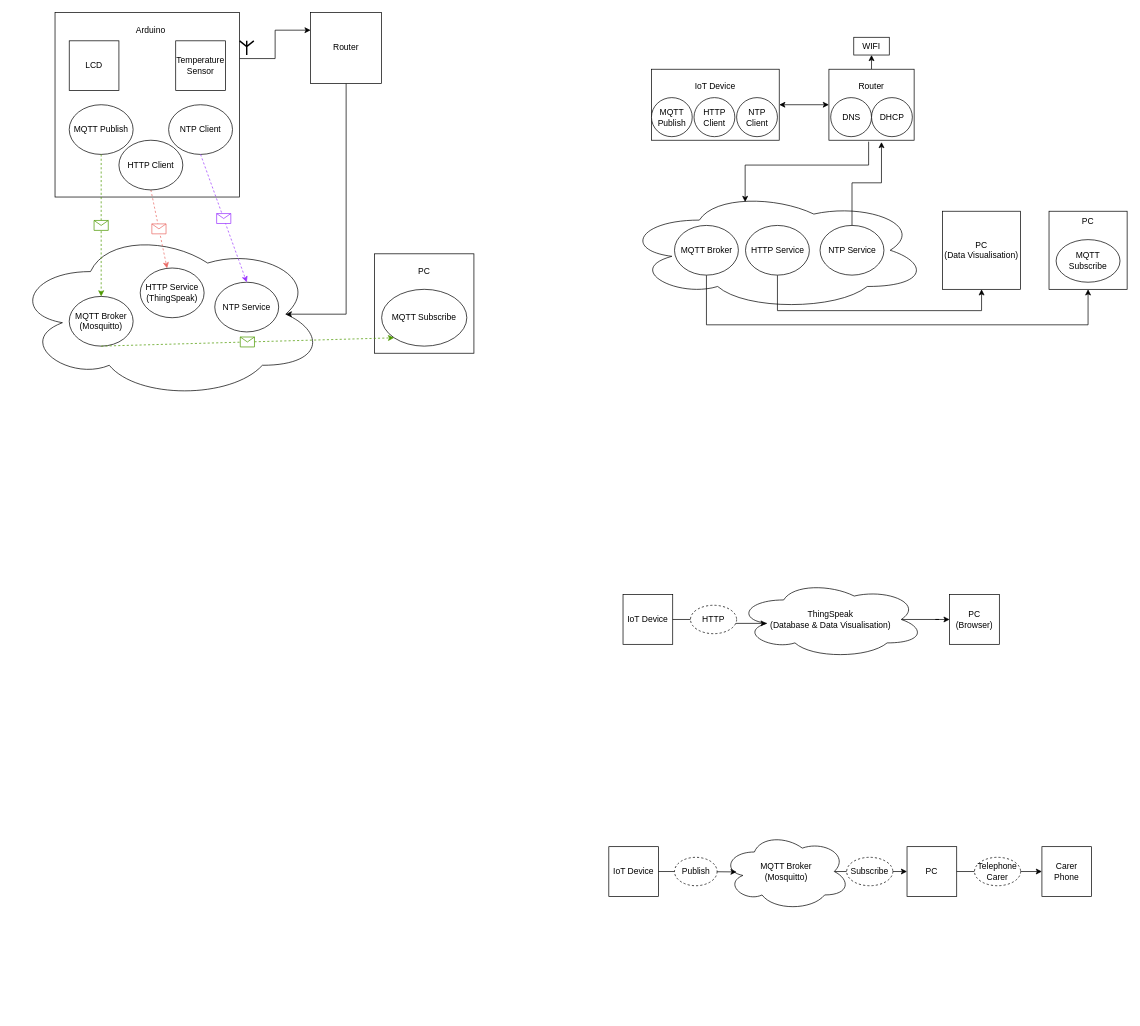
Before: arduino/docs/IoT Arduino Diagrams.drawio in JessicaMu/IoT_temperature_checker, a draw.io diagram. Source tidied: cells renumbered, new cells numbered last; positions are measured from the earlier drawing's top-left corner, leaving out a move shared by most shapes. Both pictures are drawn from the tidied source at 71%, with x=0, y=0 at pixel (12, 12).
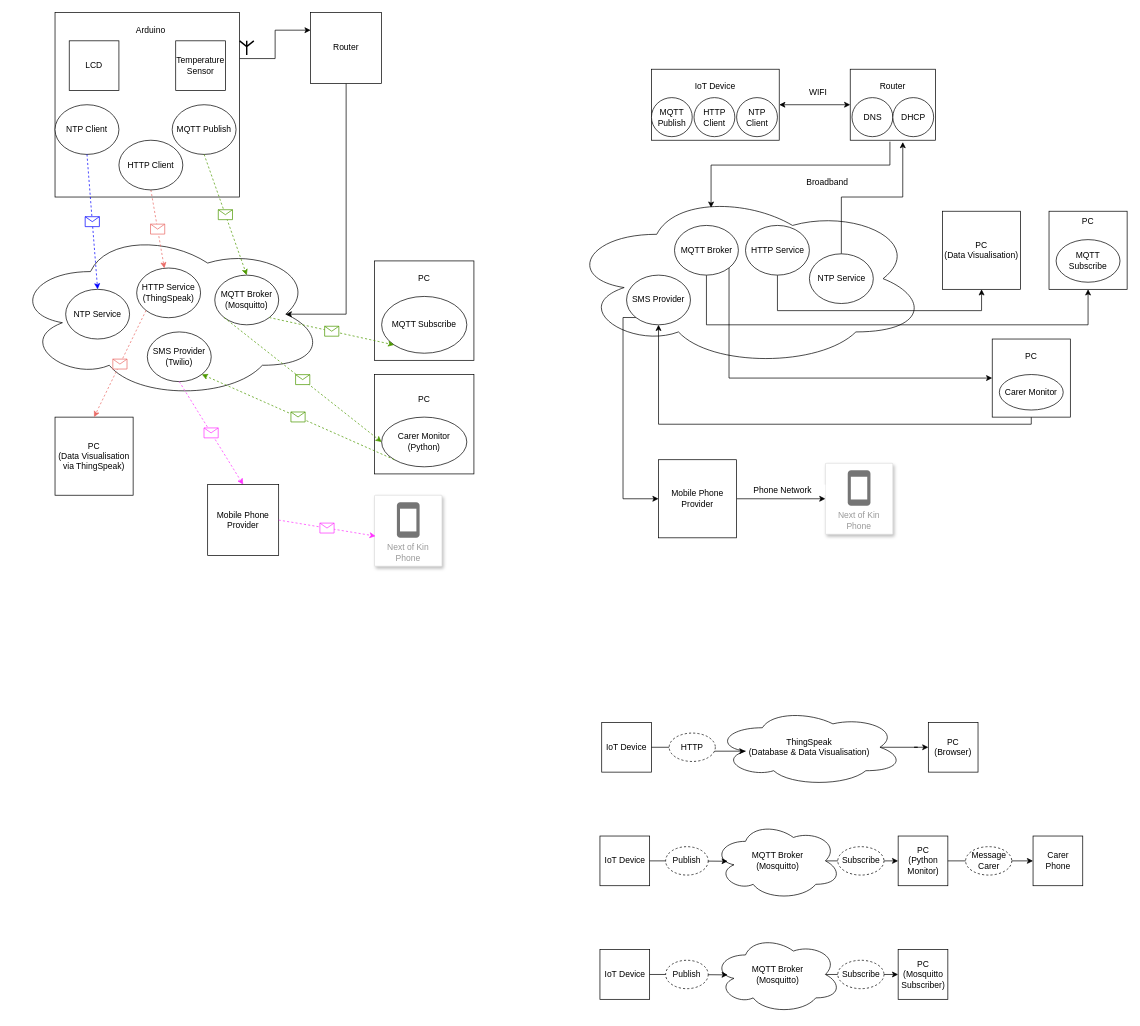
The same diagram, later.

Commit message (it also covers changes not shown here):
bug fix\ temperature accuracy and serial monitor  temp_state print

The change refers to these unchanged cells:
```xml
<mxCell id="46" value="MQTT Broker" style="ellipse;whiteSpace=wrap;html=1;" parent="1" vertex="1">
  <mxGeometry x="932.5" y="300" width="90" height="70" as="geometry" />
</mxCell>
```

Diff of the diagram source:
```diff
@@
+    <mxCell id="62" value="WIFI" style="rounded=0;whiteSpace=wrap;html=1;strokeColor=none;" parent="1" vertex="1">
+      <mxGeometry x="1110" y="100" width="50" height="25" as="geometry" />
+    </mxCell>
+    <mxCell id="68" value="Broadband" style="rounded=0;whiteSpace=wrap;html=1;dashed=1;dashPattern=8 8;strokeColor=none;" parent="1" vertex="1">
+      <mxGeometry x="1087.5" y="210" width="120" height="60" as="geometry" />
+    </mxCell>
@@
     <mxCell id="3" style="ellipse;shape=cloud;whiteSpace=wrap;html=1;" parent="1" vertex="1">
-      <mxGeometry x="860" y="250" width="430" height="170" as="geometry" />
+      <mxGeometry x="780" y="250" width="510" height="250" as="geometry" />
     </mxCell>
     <mxCell id="4" style="whiteSpace=wrap;html=1;" parent="1" vertex="1">
-      <mxGeometry x="510" y="340" width="140" height="140" as="geometry" />
+      <mxGeometry x="510" y="350" width="140" height="140" as="geometry" />
     </mxCell>
@@
     <mxCell id="10" value="MQTT Subscribe" style="ellipse;whiteSpace=wrap;html=1;" parent="1" vertex="1">
-      <mxGeometry x="520" y="390" width="120" height="80" as="geometry" />
+      <mxGeometry x="520" y="400" width="120" height="80" as="geometry" />
     </mxCell>
     <mxCell id="11" value="PC" style="text;html=1;strokeColor=none;fillColor=none;align=center;verticalAlign=middle;whiteSpace=wrap;rounded=0;" parent="1" vertex="1">
-      <mxGeometry x="550" y="350" width="60" height="30" as="geometry" />
+      <mxGeometry x="550" y="360" width="60" height="30" as="geometry" />
     </mxCell>
     <mxCell id="12" value="MQTT Publish" style="ellipse;whiteSpace=wrap;html=1;" parent="1" vertex="1">
-      <mxGeometry x="80" y="130" width="90" height="70" as="geometry" />
+      <mxGeometry x="225" y="130" width="90" height="70" as="geometry" />
     </mxCell>
@@
     <mxCell id="18" value="IoT Device" style="whiteSpace=wrap;html=1;" parent="1" vertex="1">
-      <mxGeometry x="840" y="1175" width="70" height="70" as="geometry" />
+      <mxGeometry x="827.5" y="1160" width="70" height="70" as="geometry" />
     </mxCell>
-    <mxCell id="19" value="PC" style="whiteSpace=wrap;html=1;" parent="1" vertex="1">
-      <mxGeometry x="1260" y="1175" width="70" height="70" as="geometry" />
+    <mxCell id="19" value="PC&lt;br&gt;(Python Monitor)" style="whiteSpace=wrap;html=1;" parent="1" vertex="1">
+      <mxGeometry x="1247.5" y="1160" width="70" height="70" as="geometry" />
     </mxCell>
@@
     <mxCell id="21" value="MQTT Broker&lt;br&gt;(Mosquitto)" style="ellipse;shape=cloud;whiteSpace=wrap;html=1;" parent="1" vertex="1">
-      <mxGeometry x="1000" y="1155" width="180" height="110" as="geometry" />
+      <mxGeometry x="987.5" y="1140" width="180" height="110" as="geometry" />
     </mxCell>
     <mxCell id="22" value="Subscribe" style="ellipse;whiteSpace=wrap;html=1;dashed=1;" parent="1" vertex="1">
-      <mxGeometry x="1175" y="1190" width="65" height="40" as="geometry" />
+      <mxGeometry x="1162.5" y="1175" width="65" height="40" as="geometry" />
     </mxCell>
     <mxCell id="23" value="Carer Phone" style="whiteSpace=wrap;html=1;" parent="1" vertex="1">
-      <mxGeometry x="1450" y="1175" width="70" height="70" as="geometry" />
+      <mxGeometry x="1437.5" y="1160" width="70" height="70" as="geometry" />
     </mxCell>
@@
-    <mxCell id="25" value="Telephone Carer" style="ellipse;whiteSpace=wrap;html=1;dashed=1;" parent="1" vertex="1">
-      <mxGeometry x="1355" y="1190" width="65" height="40" as="geometry" />
+    <mxCell id="25" value="Message Carer" style="ellipse;whiteSpace=wrap;html=1;dashed=1;" parent="1" vertex="1">
+      <mxGeometry x="1342.5" y="1175" width="65" height="40" as="geometry" />
     </mxCell>
     <mxCell id="26" value="IoT Device" style="whiteSpace=wrap;html=1;" parent="1" vertex="1">
-      <mxGeometry x="860" y="820" width="70" height="70" as="geometry" />
+      <mxGeometry x="830" y="1000" width="70" height="70" as="geometry" />
     </mxCell>
@@
     <mxCell id="28" value="ThingSpeak&lt;br&gt;(Database &amp;amp; Data Visualisation)" style="ellipse;shape=cloud;whiteSpace=wrap;html=1;" parent="1" vertex="1">
-      <mxGeometry x="1020" y="800" width="265" height="110" as="geometry" />
+      <mxGeometry x="990" y="980" width="265" height="110" as="geometry" />
     </mxCell>
     <mxCell id="29" value="NTP Client" style="ellipse;whiteSpace=wrap;html=1;" parent="1" vertex="1">
-      <mxGeometry x="220" y="130" width="90" height="70" as="geometry" />
+      <mxGeometry x="60" y="130" width="90" height="70" as="geometry" />
     </mxCell>
     <mxCell id="30" value="MQTT Broker&lt;br style=&quot;border-color: var(--border-color);&quot;&gt;(Mosquitto)" style="ellipse;whiteSpace=wrap;html=1;" parent="1" vertex="1">
-      <mxGeometry x="80" y="400" width="90" height="70" as="geometry" />
+      <mxGeometry x="285" y="370" width="90" height="70" as="geometry" />
     </mxCell>
     <mxCell id="31" value="HTTP Service&lt;br style=&quot;border-color: var(--border-color);&quot;&gt;(ThingSpeak)" style="ellipse;whiteSpace=wrap;html=1;" parent="1" vertex="1">
-      <mxGeometry x="180" y="360" width="90" height="70" as="geometry" />
+      <mxGeometry x="175" y="360" width="90" height="70" as="geometry" />
     </mxCell>
     <mxCell id="32" value="NTP Service" style="ellipse;whiteSpace=wrap;html=1;" parent="1" vertex="1">
-      <mxGeometry x="285" y="380" width="90" height="70" as="geometry" />
+      <mxGeometry x="75" y="390" width="90" height="70" as="geometry" />
     </mxCell>
@@
-    <mxCell id="37" style="endArrow=classic;html=1;rounded=0;dashed=1;exitX=0.5;exitY=1;exitDx=0;exitDy=0;entryX=0.5;entryY=0;entryDx=0;entryDy=0;strokeColor=#9933FF;" parent="1" edge="1" source="29" target="32">
+    <mxCell id="37" style="endArrow=classic;html=1;rounded=0;dashed=1;exitX=0.5;exitY=1;exitDx=0;exitDy=0;entryX=0.5;entryY=0;entryDx=0;entryDy=0;strokeColor=#0000FF;" parent="1" edge="1" source="29" target="32">
       <mxGeometry relative="1" as="geometry" />
     </mxCell>
-    <mxCell id="38" style="shape=message;html=1;strokeColor=#9933FF;" parent="37" vertex="1">
+    <mxCell id="38" style="shape=message;html=1;strokeColor=#0000FF;" parent="37" vertex="1">
       <mxGeometry width="20" height="14" relative="1" as="geometry">
         <mxPoint x="-10" y="-7" as="offset" />
       </mxGeometry>
     </mxCell>
-    <mxCell id="39" style="endArrow=classic;html=1;rounded=0;exitX=0.5;exitY=1;exitDx=0;exitDy=0;dashed=1;strokeColor=#4D9900;entryX=0;entryY=1;entryDx=0;entryDy=0;" parent="1" edge="1" source="30" target="10">
+    <mxCell id="39" style="endArrow=classic;html=1;rounded=0;exitX=1;exitY=1;exitDx=0;exitDy=0;dashed=1;strokeColor=#4D9900;entryX=0;entryY=1;entryDx=0;entryDy=0;" parent="1" edge="1" source="30" target="10">
       <mxGeometry relative="1" as="geometry" />
     </mxCell>
@@
     <mxCell id="41" value="PC&lt;br&gt;(Browser)" style="whiteSpace=wrap;html=1;" parent="1" vertex="1">
-      <mxGeometry x="1320" y="820" width="70" height="70" as="geometry" />
+      <mxGeometry x="1290" y="1000" width="70" height="70" as="geometry" />
     </mxCell>
@@
+    <mxCell id="69" style="edgeStyle=orthogonalEdgeStyle;rounded=0;jettySize=auto;html=1;exitX=1;exitY=1;exitDx=0;exitDy=0;entryX=0;entryY=0.5;entryDx=0;entryDy=0;" parent="1" edge="1" source="46" target="71">
+      <mxGeometry relative="1" as="geometry">
+        <Array as="points">
+          <mxPoint x="1009" y="515" />
+        </Array>
+      </mxGeometry>
+    </mxCell>
@@
     <mxCell id="50" value="NTP Service" style="ellipse;whiteSpace=wrap;html=1;" parent="1" vertex="1">
-      <mxGeometry x="1137.5" y="300" width="90" height="70" as="geometry" />
+      <mxGeometry x="1122.5" y="340" width="90" height="70" as="geometry" />
     </mxCell>
@@
-    <mxCell id="56" style="edgeStyle=orthogonalEdgeStyle;rounded=0;jettySize=auto;html=1;exitX=0.5;exitY=0;exitDx=0;exitDy=0;entryX=0.5;entryY=1;entryDx=0;entryDy=0;" parent="1" edge="1" source="57" target="62">
-      <mxGeometry relative="1" as="geometry" />
-    </mxCell>
     <mxCell id="57" style="rounded=0;whiteSpace=wrap;html=1;" parent="1" vertex="1">
-      <mxGeometry x="1150" y="80" width="120" height="100" as="geometry" />
+      <mxGeometry x="1180" y="80" width="120" height="100" as="geometry" />
     </mxCell>
     <mxCell id="58" value="DNS" style="ellipse;whiteSpace=wrap;html=1;" parent="1" vertex="1">
-      <mxGeometry x="1152.5" y="120" width="57.5" height="55" as="geometry" />
+      <mxGeometry x="1182.5" y="120" width="57.5" height="55" as="geometry" />
     </mxCell>
     <mxCell id="59" value="DHCP" style="ellipse;whiteSpace=wrap;html=1;" parent="1" vertex="1">
-      <mxGeometry x="1210" y="120" width="57.5" height="55" as="geometry" />
+      <mxGeometry x="1240" y="120" width="57.5" height="55" as="geometry" />
     </mxCell>
     <mxCell id="60" value="Router" style="text;html=1;strokeColor=none;fillColor=none;align=center;verticalAlign=middle;whiteSpace=wrap;rounded=0;" parent="1" vertex="1">
-      <mxGeometry x="1180" y="90" width="60" height="30" as="geometry" />
+      <mxGeometry x="1210" y="90" width="60" height="30" as="geometry" />
     </mxCell>
@@
-    <mxCell id="62" value="WIFI" style="rounded=0;whiteSpace=wrap;html=1;" parent="1" vertex="1">
-      <mxGeometry x="1185" y="35" width="50" height="25" as="geometry" />
-    </mxCell>
@@
     <mxCell id="65" value="Publish" style="ellipse;whiteSpace=wrap;html=1;dashed=1;" parent="1" vertex="1">
-      <mxGeometry x="932.5" y="1190" width="60" height="40" as="geometry" />
+      <mxGeometry x="920" y="1175" width="60" height="40" as="geometry" />
     </mxCell>
@@
     <mxCell id="67" value="HTTP" style="ellipse;whiteSpace=wrap;html=1;dashed=1;" parent="1" vertex="1">
-      <mxGeometry x="955" y="835" width="65" height="40" as="geometry" />
+      <mxGeometry x="925" y="1015" width="65" height="40" as="geometry" />
     </mxCell>
+    <mxCell id="70" style="edgeStyle=orthogonalEdgeStyle;rounded=0;jettySize=auto;html=1;exitX=0.5;exitY=1;exitDx=0;exitDy=0;entryX=0.5;entryY=1;entryDx=0;entryDy=0;" parent="1" edge="1" source="71" target="75">
+      <mxGeometry relative="1" as="geometry">
+        <Array as="points">
+          <mxPoint x="1435" y="580" />
+          <mxPoint x="910" y="580" />
+        </Array>
+      </mxGeometry>
+    </mxCell>
+    <mxCell id="71" style="whiteSpace=wrap;html=1;" parent="1" vertex="1">
+      <mxGeometry x="1380" y="460" width="110" height="110" as="geometry" />
+    </mxCell>
+    <mxCell id="72" value="Carer Monitor" style="ellipse;whiteSpace=wrap;html=1;" parent="1" vertex="1">
+      <mxGeometry x="1390" y="510" width="90" height="50" as="geometry" />
+    </mxCell>
+    <mxCell id="73" value="PC" style="text;html=1;strokeColor=none;fillColor=none;align=center;verticalAlign=middle;whiteSpace=wrap;rounded=0;" parent="1" vertex="1">
+      <mxGeometry x="1405" y="470" width="60" height="30" as="geometry" />
+    </mxCell>
+    <mxCell id="74" style="edgeStyle=orthogonalEdgeStyle;rounded=0;jettySize=auto;html=1;exitX=0;exitY=1;exitDx=0;exitDy=0;entryX=0;entryY=0.5;entryDx=0;entryDy=0;" parent="1" edge="1" source="75" target="86">
+      <mxGeometry relative="1" as="geometry">
+        <Array as="points">
+          <mxPoint x="860" y="430" />
+          <mxPoint x="860" y="685" />
+        </Array>
+      </mxGeometry>
+    </mxCell>
+    <mxCell id="75" value="SMS Provider" style="ellipse;whiteSpace=wrap;html=1;" parent="1" vertex="1">
+      <mxGeometry x="865" y="370" width="90" height="70" as="geometry" />
+    </mxCell>
+    <mxCell id="76" value="SMS Provider&lt;br&gt;(Twilio)" style="ellipse;whiteSpace=wrap;html=1;" parent="1" vertex="1">
+      <mxGeometry x="190" y="450" width="90" height="70" as="geometry" />
+    </mxCell>
+    <mxCell id="77" style="whiteSpace=wrap;html=1;" parent="1" vertex="1">
+      <mxGeometry x="510" y="510" width="140" height="140" as="geometry" />
+    </mxCell>
+    <mxCell id="78" value="Carer Monitor&lt;br&gt;(Python)" style="ellipse;whiteSpace=wrap;html=1;" parent="1" vertex="1">
+      <mxGeometry x="520" y="570" width="120" height="70" as="geometry" />
+    </mxCell>
+    <mxCell id="79" value="PC" style="text;html=1;strokeColor=none;fillColor=none;align=center;verticalAlign=middle;whiteSpace=wrap;rounded=0;" parent="1" vertex="1">
+      <mxGeometry x="550" y="530" width="60" height="30" as="geometry" />
+    </mxCell>
+    <mxCell id="80" style="endArrow=classic;html=1;rounded=0;exitX=0.5;exitY=1;exitDx=0;exitDy=0;dashed=1;strokeColor=#FF33FF;entryX=0.5;entryY=0;entryDx=0;entryDy=0;" parent="1" edge="1" source="76" target="91">
+      <mxGeometry relative="1" as="geometry" />
+    </mxCell>
+    <mxCell id="81" style="shape=message;html=1;strokeColor=#FF33FF;" parent="80" vertex="1">
+      <mxGeometry width="20" height="14" relative="1" as="geometry">
+        <mxPoint x="-10" y="-7" as="offset" />
+      </mxGeometry>
+    </mxCell>
+    <mxCell id="82" value="PC&lt;br&gt;(Data Visualisation via ThingSpeak)" style="whiteSpace=wrap;html=1;" parent="1" vertex="1">
+      <mxGeometry x="60" y="570" width="110" height="110" as="geometry" />
+    </mxCell>
+    <mxCell id="83" style="endArrow=classic;html=1;rounded=0;dashed=1;exitX=0;exitY=1;exitDx=0;exitDy=0;strokeColor=#EA6B66;entryX=0.5;entryY=0;entryDx=0;entryDy=0;" parent="1" edge="1" source="31" target="82">
+      <mxGeometry relative="1" as="geometry" />
+    </mxCell>
+    <mxCell id="84" style="shape=message;html=1;strokeColor=#EA6B66;" parent="83" vertex="1">
+      <mxGeometry width="20" height="14" relative="1" as="geometry">
+        <mxPoint x="-10" y="-7" as="offset" />
+      </mxGeometry>
+    </mxCell>
+    <mxCell id="85" style="edgeStyle=orthogonalEdgeStyle;rounded=0;jettySize=auto;html=1;exitX=1;exitY=0.5;exitDx=0;exitDy=0;entryX=0;entryY=0.5;entryDx=0;entryDy=0;" parent="1" edge="1" source="86" target="92">
+      <mxGeometry relative="1" as="geometry" />
+    </mxCell>
+    <mxCell id="86" value="Mobile Phone Provider" style="whiteSpace=wrap;html=1;" parent="1" vertex="1">
+      <mxGeometry x="910" y="630" width="110" height="110" as="geometry" />
+    </mxCell>
+    <mxCell id="87" style="endArrow=classic;html=1;rounded=0;exitX=0;exitY=1;exitDx=0;exitDy=0;dashed=1;strokeColor=#4D9900;entryX=0;entryY=0.5;entryDx=0;entryDy=0;" parent="1" edge="1" source="30" target="78">
+      <mxGeometry relative="1" as="geometry" />
+    </mxCell>
+    <mxCell id="88" style="shape=message;html=1;strokeColor=#4D9900;" parent="87" vertex="1">
+      <mxGeometry width="20" height="14" relative="1" as="geometry">
+        <mxPoint x="-10" y="-7" as="offset" />
+      </mxGeometry>
+    </mxCell>
+    <mxCell id="89" style="endArrow=classic;html=1;rounded=0;exitX=0;exitY=1;exitDx=0;exitDy=0;dashed=1;strokeColor=#4D9900;entryX=1;entryY=1;entryDx=0;entryDy=0;" parent="1" edge="1" source="78" target="76">
+      <mxGeometry relative="1" as="geometry" />
+    </mxCell>
+    <mxCell id="90" style="shape=message;html=1;strokeColor=#4D9900;" parent="89" vertex="1">
+      <mxGeometry width="20" height="14" relative="1" as="geometry">
+        <mxPoint x="-10" y="-7" as="offset" />
+      </mxGeometry>
+    </mxCell>
+    <mxCell id="91" value="Mobile Phone Provider" style="whiteSpace=wrap;html=1;" parent="1" vertex="1">
+      <mxGeometry x="275" y="665" width="100" height="100" as="geometry" />
+    </mxCell>
+    <mxCell id="92" value="Next of Kin Phone" style="strokeColor=#dddddd;shadow=1;strokeWidth=1;rounded=1;absoluteArcSize=1;arcSize=2;labelPosition=center;verticalLabelPosition=middle;align=center;verticalAlign=bottom;spacingLeft=0;fontColor=#999999;fontSize=12;whiteSpace=wrap;spacingBottom=2;html=1;" parent="1" vertex="1">
+      <mxGeometry x="1145" y="635" width="95" height="100" as="geometry" />
+    </mxCell>
+    <mxCell id="93" style="sketch=0;dashed=0;html=1;fillColor=#757575;strokeColor=none;shape=mxgraph.gcp2.phone;" parent="92" vertex="1">
+      <mxGeometry x="0.5" width="32" height="50" relative="1" as="geometry">
+        <mxPoint x="-16" y="10" as="offset" />
+      </mxGeometry>
+    </mxCell>
+    <mxCell id="94" value="Phone Network" style="rounded=0;whiteSpace=wrap;html=1;dashed=1;dashPattern=8 8;strokeColor=none;" parent="1" vertex="1">
+      <mxGeometry x="1025" y="665" width="120" height="15" as="geometry" />
+    </mxCell>
+    <mxCell id="95" value="Next of Kin Phone" style="strokeColor=#dddddd;shadow=1;strokeWidth=1;rounded=1;absoluteArcSize=1;arcSize=2;labelPosition=center;verticalLabelPosition=middle;align=center;verticalAlign=bottom;spacingLeft=0;fontColor=#999999;fontSize=12;whiteSpace=wrap;spacingBottom=2;html=1;" parent="1" vertex="1">
+      <mxGeometry x="510" y="680" width="95" height="100" as="geometry" />
+    </mxCell>
+    <mxCell id="96" style="sketch=0;dashed=0;html=1;fillColor=#757575;strokeColor=none;shape=mxgraph.gcp2.phone;" parent="95" vertex="1">
+      <mxGeometry x="0.5" width="32" height="50" relative="1" as="geometry">
+        <mxPoint x="-16" y="10" as="offset" />
+      </mxGeometry>
+    </mxCell>
+    <mxCell id="97" style="endArrow=classic;html=1;rounded=0;exitX=1;exitY=0.5;exitDx=0;exitDy=0;dashed=1;strokeColor=#FF33FF;entryX=0.016;entryY=0.576;entryDx=0;entryDy=0;entryPerimeter=0;" parent="1" edge="1" source="91" target="95">
+      <mxGeometry relative="1" as="geometry" />
+    </mxCell>
+    <mxCell id="98" style="shape=message;html=1;strokeColor=#FF33FF;" parent="97" vertex="1">
+      <mxGeometry width="20" height="14" relative="1" as="geometry">
+        <mxPoint x="-10" y="-7" as="offset" />
+      </mxGeometry>
+    </mxCell>
+    <mxCell id="99" value="IoT Device" style="whiteSpace=wrap;html=1;" parent="1" vertex="1">
+      <mxGeometry x="827.5" y="1320" width="70" height="70" as="geometry" />
+    </mxCell>
+    <mxCell id="100" value="PC&lt;br&gt;(Mosquitto Subscriber)" style="whiteSpace=wrap;html=1;" parent="1" vertex="1">
+      <mxGeometry x="1247.5" y="1320" width="70" height="70" as="geometry" />
+    </mxCell>
+    <mxCell id="101" style="edgeStyle=orthogonalEdgeStyle;rounded=0;jettySize=auto;html=1;exitX=0.875;exitY=0.5;exitDx=0;exitDy=0;exitPerimeter=0;entryX=0;entryY=0.5;entryDx=0;entryDy=0;" parent="1" edge="1" source="102" target="100">
+      <mxGeometry relative="1" as="geometry" />
+    </mxCell>
+    <mxCell id="102" value="MQTT Broker&lt;br&gt;(Mosquitto)" style="ellipse;shape=cloud;whiteSpace=wrap;html=1;" parent="1" vertex="1">
+      <mxGeometry x="987.5" y="1300" width="180" height="110" as="geometry" />
+    </mxCell>
+    <mxCell id="103" value="Subscribe" style="ellipse;whiteSpace=wrap;html=1;dashed=1;" parent="1" vertex="1">
+      <mxGeometry x="1162.5" y="1335" width="65" height="40" as="geometry" />
+    </mxCell>
+    <mxCell id="104" style="edgeStyle=orthogonalEdgeStyle;rounded=0;jettySize=auto;html=1;exitX=1;exitY=0.5;exitDx=0;exitDy=0;entryX=0.111;entryY=0.505;entryDx=0;entryDy=0;entryPerimeter=0;" parent="1" edge="1" source="99" target="102">
+      <mxGeometry relative="1" as="geometry" />
+    </mxCell>
+    <mxCell id="105" value="Publish" style="ellipse;whiteSpace=wrap;html=1;dashed=1;" parent="1" vertex="1">
+      <mxGeometry x="920" y="1335" width="60" height="40" as="geometry" />
+    </mxCell>
```
